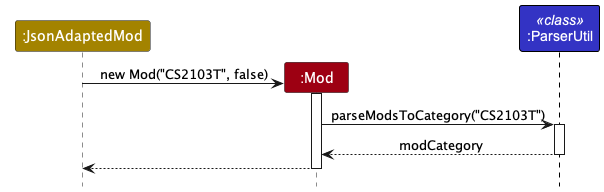
This is docs/images/ModCategorisationSequenceDiagram.png from nus-cs2103-AY2223S1/tp, a PlantUML export, as it was before one commit.
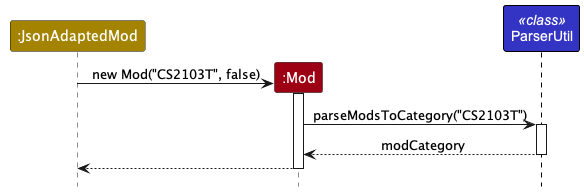
Above is the later version.

What changed in the source:
```diff
@@ -6,7 +6,7 @@
 
 participant ":JsonAdaptedMod" as JsonAdaptedMod STORAGE_COLOR
 participant ":Mod" as Mod MODEL_COLOR
-participant ":ParserUtil" as ParserUtil <<class>> LOGIC_COLOR
+participant "ParserUtil" as ParserUtil <<class>> LOGIC_COLOR
 
 
 create Mod
```
